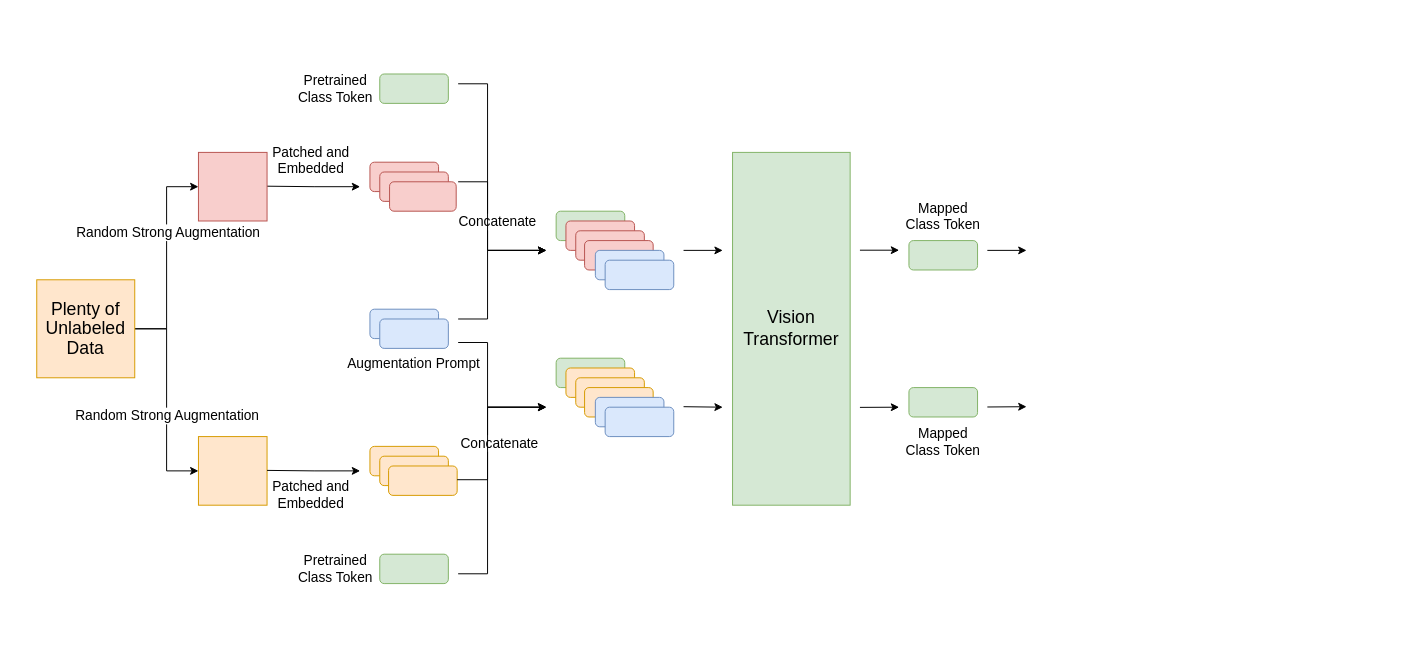
Above: prompt-match.drawio in ganchi-huanggua/Semi-supervised-learning (draw.io), before the change. Source tidied: cells renumbered, new cells numbered last; positions are measured from the earlier drawing's top-left corner, leaving out a move shared by most shapes. Both pictures are drawn from the tidied source at 98%, with x=0, y=0 at pixel (36, 74). Pictures stored in the file or linked from it are replaced by grey dashed boxes.
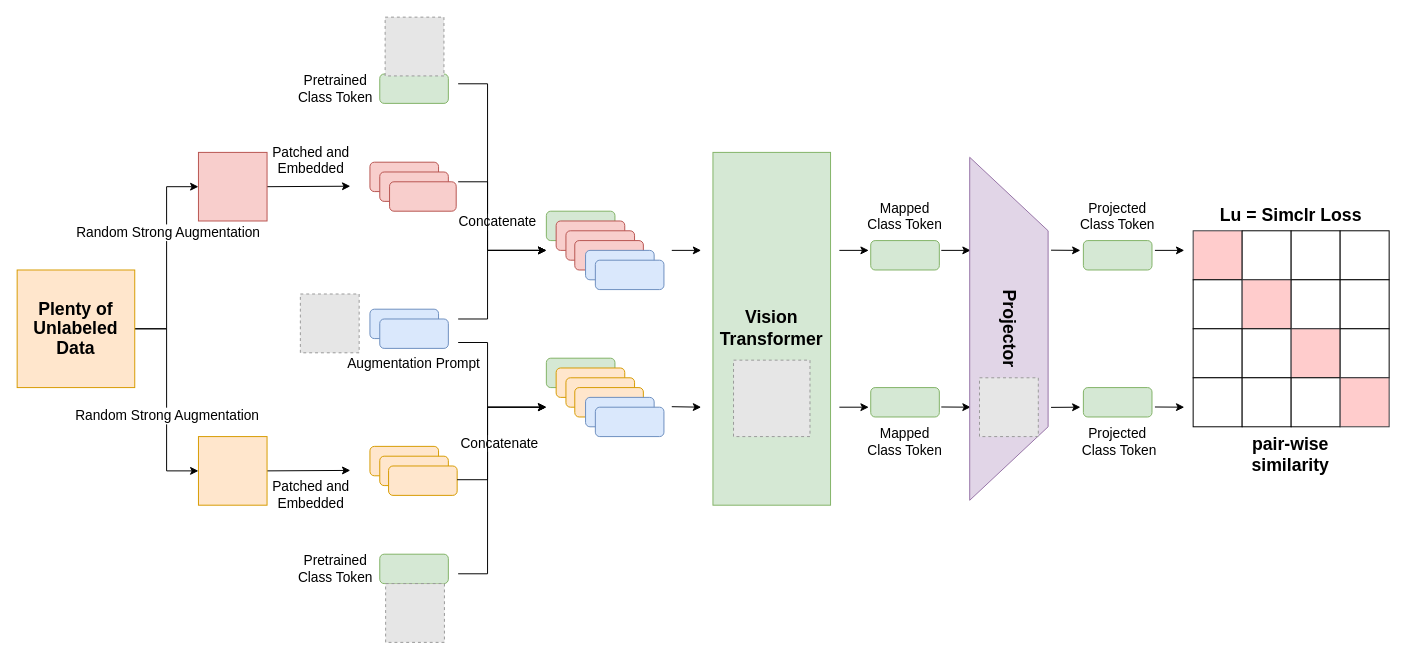
The same page after the edit.

Unchanged cells that the change refers to:
```xml
<mxCell id="9" style="whiteSpace=wrap;html=1;fillColor=#ffe6cc;strokeColor=#d79b00;flipV=0;" parent="1" vertex="1">
  <mxGeometry x="165" y="370" width="70" height="70" as="geometry" />
</mxCell>
<mxCell id="11" style="whiteSpace=wrap;html=1;fillColor=#f8cecc;strokeColor=#b85450;flipV=0;" parent="1" vertex="1">
  <mxGeometry x="165" y="80" width="70" height="70" as="geometry" />
</mxCell>
```

The edit, as a diff of the source:
```diff
@@
-    <mxCell id="3" value="&lt;font style=&quot;font-size: 18px;&quot;&gt;Vision Transformer&lt;/font&gt;" style="rounded=0;whiteSpace=wrap;html=1;fillColor=#d5e8d4;strokeColor=#82b366;" parent="1" vertex="1">
-      <mxGeometry x="710" y="80" width="120" height="360" as="geometry" />
+    <mxCell id="3" value="&lt;font style=&quot;font-size: 18px;&quot;&gt;&lt;b&gt;Vision Transformer&lt;/b&gt;&lt;/font&gt;" style="rounded=0;whiteSpace=wrap;html=1;fillColor=#d5e8d4;strokeColor=#82b366;" parent="1" vertex="1">
+      <mxGeometry x="690" y="80" width="120" height="360" as="geometry" />
     </mxCell>
@@
-    <mxCell id="8" value="&lt;p style=&quot;line-height: 150%;&quot;&gt;&lt;font style=&quot;font-size: 18px;&quot;&gt;Plenty of Unlabeled Data&lt;/font&gt;&lt;/p&gt;" style="whiteSpace=wrap;html=1;fillColor=#ffe6cc;strokeColor=#d79b00;flipV=0;" parent="1" vertex="1">
-      <mxGeometry y="210" width="100" height="100" as="geometry" />
+    <mxCell id="8" value="&lt;p style=&quot;line-height: 150%;&quot;&gt;&lt;font style=&quot;font-size: 18px;&quot;&gt;&lt;b&gt;Plenty of Unlabeled Data&lt;/b&gt;&lt;/font&gt;&lt;/p&gt;" style="whiteSpace=wrap;html=1;fillColor=#ffe6cc;strokeColor=#d79b00;flipV=0;" parent="1" vertex="1">
+      <mxGeometry x="-20" y="200" width="120" height="120" as="geometry" />
     </mxCell>
+    <mxCell id="67" style="edgeStyle=orthogonalEdgeStyle;rounded=0;jettySize=auto;html=1;exitX=1;exitY=0.5;exitDx=0;exitDy=0;" parent="1" edge="1" source="9">
+      <mxGeometry relative="1" as="geometry">
+        <mxPoint x="320" y="404.5" as="targetPoint" />
+      </mxGeometry>
+    </mxCell>
@@
-    <mxCell id="10" style="edgeStyle=orthogonalEdgeStyle;rounded=0;orthogonalLoop=1;jettySize=auto;html=1;exitX=1;exitY=0.5;exitDx=0;exitDy=0;" parent="1" edge="1">
-      <mxGeometry relative="1" as="geometry">
-        <mxPoint x="235" y="114.5" as="sourcePoint" />
-        <mxPoint x="330" y="115" as="targetPoint" />
-      </mxGeometry>
-    </mxCell>
+    <mxCell id="68" style="edgeStyle=orthogonalEdgeStyle;rounded=0;jettySize=auto;html=1;exitX=1;exitY=0.5;exitDx=0;exitDy=0;" parent="1" edge="1" source="11">
+      <mxGeometry relative="1" as="geometry">
+        <mxPoint x="320" y="114.5" as="targetPoint" />
+      </mxGeometry>
+    </mxCell>
@@
-    <mxCell id="13" style="edgeStyle=orthogonalEdgeStyle;rounded=0;orthogonalLoop=1;jettySize=auto;html=1;exitX=1;exitY=0.5;exitDx=0;exitDy=0;" parent="1" edge="1">
-      <mxGeometry relative="1" as="geometry">
-        <mxPoint x="235" y="404.5" as="sourcePoint" />
-        <mxPoint x="330" y="405" as="targetPoint" />
-      </mxGeometry>
-    </mxCell>
@@
     <mxCell id="27" style="group;" parent="1" vertex="1">
-      <mxGeometry x="540" y="300" width="120" height="80" as="geometry" />
+      <mxGeometry x="530" y="300" width="120" height="80" as="geometry" />
     </mxCell>
@@
     <mxCell id="42" style="group;" parent="1" vertex="1">
-      <mxGeometry x="540" y="150" width="120" height="80" as="geometry" />
+      <mxGeometry x="530" y="150" width="120" height="80" as="geometry" />
     </mxCell>
@@
     <mxCell id="51" style="endArrow=classic;html=1;rounded=0;" parent="1" edge="1">
       <mxGeometry relative="1" as="geometry">
-        <mxPoint x="660" y="180" as="sourcePoint" />
-        <mxPoint x="700" y="180" as="targetPoint" />
+        <mxPoint x="648" y="180" as="sourcePoint" />
+        <mxPoint x="678" y="180" as="targetPoint" />
       </mxGeometry>
     </mxCell>
     <mxCell id="52" style="endArrow=classic;html=1;rounded=0;" parent="1" edge="1">
       <mxGeometry relative="1" as="geometry">
-        <mxPoint x="660" y="339.5" as="sourcePoint" />
-        <mxPoint x="700" y="340" as="targetPoint" />
+        <mxPoint x="648" y="339.5" as="sourcePoint" />
+        <mxPoint x="678" y="340" as="targetPoint" />
       </mxGeometry>
     </mxCell>
@@
     <mxCell id="59" style="endArrow=classic;html=1;rounded=0;" parent="1" edge="1">
       <mxGeometry relative="1" as="geometry">
-        <mxPoint x="840" y="179.8" as="sourcePoint" />
-        <mxPoint x="880" y="179.8" as="targetPoint" />
+        <mxPoint x="819" y="180" as="sourcePoint" />
+        <mxPoint x="849" y="180" as="targetPoint" />
       </mxGeometry>
     </mxCell>
     <mxCell id="60" style="endArrow=classic;html=1;rounded=0;" parent="1" edge="1">
       <mxGeometry relative="1" as="geometry">
-        <mxPoint x="840" y="340.2" as="sourcePoint" />
-        <mxPoint x="880" y="340" as="targetPoint" />
+        <mxPoint x="819" y="340" as="sourcePoint" />
+        <mxPoint x="849" y="340" as="targetPoint" />
       </mxGeometry>
     </mxCell>
     <mxCell id="61" style="rounded=1;whiteSpace=wrap;html=1;fillColor=#d5e8d4;strokeColor=#82b366;" parent="1" vertex="1">
-      <mxGeometry x="890" y="170" width="70" height="30" as="geometry" />
+      <mxGeometry x="851" y="170" width="70" height="30" as="geometry" />
     </mxCell>
     <mxCell id="62" style="rounded=1;whiteSpace=wrap;html=1;fillColor=#d5e8d4;strokeColor=#82b366;" parent="1" vertex="1">
-      <mxGeometry x="890" y="320" width="70" height="30" as="geometry" />
+      <mxGeometry x="851" y="320" width="70" height="30" as="geometry" />
     </mxCell>
     <mxCell id="63" value="&lt;font style=&quot;font-size: 14px;&quot;&gt;Mapped Class Token&lt;/font&gt;" style="text;html=1;align=center;verticalAlign=middle;whiteSpace=wrap;rounded=0;" parent="1" vertex="1">
-      <mxGeometry x="880" y="130" width="90" height="30" as="geometry" />
+      <mxGeometry x="841" y="130" width="90" height="30" as="geometry" />
     </mxCell>
     <mxCell id="64" value="&lt;font style=&quot;font-size: 14px;&quot;&gt;Mapped Class Token&lt;/font&gt;" style="text;html=1;align=center;verticalAlign=middle;whiteSpace=wrap;rounded=0;" parent="1" vertex="1">
-      <mxGeometry x="880" y="360" width="90" height="30" as="geometry" />
+      <mxGeometry x="841" y="360" width="90" height="30" as="geometry" />
     </mxCell>
     <mxCell id="65" style="endArrow=classic;html=1;rounded=0;" parent="1" edge="1">
       <mxGeometry relative="1" as="geometry">
-        <mxPoint x="970" y="180" as="sourcePoint" />
-        <mxPoint x="1010" y="180" as="targetPoint" />
+        <mxPoint x="923" y="180" as="sourcePoint" />
+        <mxPoint x="953" y="180" as="targetPoint" />
       </mxGeometry>
     </mxCell>
     <mxCell id="66" style="endArrow=classic;html=1;rounded=0;" parent="1" edge="1">
       <mxGeometry relative="1" as="geometry">
-        <mxPoint x="970" y="339.8" as="sourcePoint" />
-        <mxPoint x="1010" y="339.5" as="targetPoint" />
+        <mxPoint x="923" y="339.8" as="sourcePoint" />
+        <mxPoint x="953" y="340" as="targetPoint" />
       </mxGeometry>
     </mxCell>
+    <mxCell id="69" value="&lt;font size=&quot;1&quot; style=&quot;&quot;&gt;&lt;b style=&quot;font-size: 18px;&quot;&gt;Projector&lt;/b&gt;&lt;/font&gt;" style="shape=trapezoid;perimeter=trapezoidPerimeter;whiteSpace=wrap;html=1;fixedSize=1;rotation=90;size=75;fillColor=#e1d5e7;strokeColor=#9673a6;" parent="1" vertex="1">
+      <mxGeometry x="817" y="220" width="350" height="80" as="geometry" />
+    </mxCell>
+    <mxCell id="70" style="endArrow=classic;html=1;rounded=0;" parent="1" edge="1">
+      <mxGeometry relative="1" as="geometry">
+        <mxPoint x="1035" y="179.8" as="sourcePoint" />
+        <mxPoint x="1065" y="180" as="targetPoint" />
+      </mxGeometry>
+    </mxCell>
+    <mxCell id="71" style="endArrow=classic;html=1;rounded=0;" parent="1" edge="1">
+      <mxGeometry relative="1" as="geometry">
+        <mxPoint x="1035" y="340.2" as="sourcePoint" />
+        <mxPoint x="1065" y="340" as="targetPoint" />
+      </mxGeometry>
+    </mxCell>
+    <mxCell id="72" style="rounded=1;whiteSpace=wrap;html=1;fillColor=#d5e8d4;strokeColor=#82b366;" parent="1" vertex="1">
+      <mxGeometry x="1068" y="170" width="70" height="30" as="geometry" />
+    </mxCell>
+    <mxCell id="73" style="rounded=1;whiteSpace=wrap;html=1;fillColor=#d5e8d4;strokeColor=#82b366;" parent="1" vertex="1">
+      <mxGeometry x="1068" y="320" width="70" height="30" as="geometry" />
+    </mxCell>
+    <mxCell id="74" value="&lt;font style=&quot;font-size: 14px;&quot;&gt;Projected Class Token&lt;/font&gt;" style="text;html=1;align=center;verticalAlign=middle;whiteSpace=wrap;rounded=0;" parent="1" vertex="1">
+      <mxGeometry x="1058" y="130" width="90" height="30" as="geometry" />
+    </mxCell>
+    <mxCell id="75" value="&lt;div style=&quot;text-align: center;&quot;&gt;&lt;span style=&quot;background-color: initial; text-align: start; font-size: 14px;&quot;&gt;Projected&lt;/span&gt;&lt;/div&gt;&lt;div style=&quot;text-align: center;&quot;&gt;&lt;span style=&quot;font-size: 14px; background-color: initial;&quot;&gt;&amp;nbsp;Class Token&lt;/span&gt;&lt;/div&gt;" style="text;html=1;align=center;verticalAlign=middle;whiteSpace=wrap;rounded=0;" parent="1" vertex="1">
+      <mxGeometry x="1058" y="360" width="90" height="30" as="geometry" />
+    </mxCell>
+    <mxCell id="76" style="endArrow=classic;html=1;rounded=0;" parent="1" edge="1">
+      <mxGeometry relative="1" as="geometry">
+        <mxPoint x="1141" y="180" as="sourcePoint" />
+        <mxPoint x="1171" y="180" as="targetPoint" />
+      </mxGeometry>
+    </mxCell>
+    <mxCell id="77" style="endArrow=classic;html=1;rounded=0;" parent="1" edge="1">
+      <mxGeometry relative="1" as="geometry">
+        <mxPoint x="1141" y="339.8" as="sourcePoint" />
+        <mxPoint x="1171" y="340" as="targetPoint" />
+      </mxGeometry>
+    </mxCell>
+    <mxCell id="78" style="whiteSpace=wrap;html=1;fillColor=#ffcccc;strokeColor=#36393d;" parent="1" vertex="1">
+      <mxGeometry x="1180" y="160" width="50" height="50" as="geometry" />
+    </mxCell>
+    <mxCell id="79" style="whiteSpace=wrap;html=1;" parent="1" vertex="1">
+      <mxGeometry x="1230" y="160" width="50" height="50" as="geometry" />
+    </mxCell>
+    <mxCell id="80" style="whiteSpace=wrap;html=1;" parent="1" vertex="1">
+      <mxGeometry x="1280" y="160" width="50" height="50" as="geometry" />
+    </mxCell>
+    <mxCell id="81" style="whiteSpace=wrap;html=1;" parent="1" vertex="1">
+      <mxGeometry x="1330" y="160" width="50" height="50" as="geometry" />
+    </mxCell>
+    <mxCell id="82" style="whiteSpace=wrap;html=1;" parent="1" vertex="1">
+      <mxGeometry x="1180" y="210" width="50" height="50" as="geometry" />
+    </mxCell>
+    <mxCell id="83" style="whiteSpace=wrap;html=1;fillColor=#ffcccc;strokeColor=#36393d;" parent="1" vertex="1">
+      <mxGeometry x="1230" y="210" width="50" height="50" as="geometry" />
+    </mxCell>
+    <mxCell id="84" style="whiteSpace=wrap;html=1;" parent="1" vertex="1">
+      <mxGeometry x="1280" y="210" width="50" height="50" as="geometry" />
+    </mxCell>
+    <mxCell id="85" style="whiteSpace=wrap;html=1;" parent="1" vertex="1">
+      <mxGeometry x="1330" y="210" width="50" height="50" as="geometry" />
+    </mxCell>
+    <mxCell id="86" style="whiteSpace=wrap;html=1;" parent="1" vertex="1">
+      <mxGeometry x="1180" y="260" width="50" height="50" as="geometry" />
+    </mxCell>
+    <mxCell id="87" style="whiteSpace=wrap;html=1;" parent="1" vertex="1">
+      <mxGeometry x="1230" y="260" width="50" height="50" as="geometry" />
+    </mxCell>
+    <mxCell id="88" style="whiteSpace=wrap;html=1;fillColor=#ffcccc;strokeColor=#36393d;" parent="1" vertex="1">
+      <mxGeometry x="1280" y="260" width="50" height="50" as="geometry" />
+    </mxCell>
+    <mxCell id="89" style="whiteSpace=wrap;html=1;" parent="1" vertex="1">
+      <mxGeometry x="1330" y="260" width="50" height="50" as="geometry" />
+    </mxCell>
+    <mxCell id="90" style="whiteSpace=wrap;html=1;" parent="1" vertex="1">
+      <mxGeometry x="1180" y="310" width="50" height="50" as="geometry" />
+    </mxCell>
+    <mxCell id="91" style="whiteSpace=wrap;html=1;" parent="1" vertex="1">
+      <mxGeometry x="1230" y="310" width="50" height="50" as="geometry" />
+    </mxCell>
+    <mxCell id="92" style="whiteSpace=wrap;html=1;" parent="1" vertex="1">
+      <mxGeometry x="1280" y="310" width="50" height="50" as="geometry" />
+    </mxCell>
+    <mxCell id="93" style="whiteSpace=wrap;html=1;fillColor=#ffcccc;strokeColor=#36393d;" parent="1" vertex="1">
+      <mxGeometry x="1330" y="310" width="50" height="50" as="geometry" />
+    </mxCell>
+    <mxCell id="94" value="&lt;font style=&quot;font-size: 18px;&quot;&gt;&lt;b&gt;pair-wise similarity&lt;/b&gt;&lt;/font&gt;" style="text;html=1;align=center;verticalAlign=middle;whiteSpace=wrap;rounded=0;" parent="1" vertex="1">
+      <mxGeometry x="1220" y="364" width="119" height="50" as="geometry" />
+    </mxCell>
+    <mxCell id="95" value="&lt;font style=&quot;font-size: 18px;&quot;&gt;&lt;b&gt;Lu = Simclr Loss&lt;/b&gt;&lt;/font&gt;" style="text;html=1;align=center;verticalAlign=middle;whiteSpace=wrap;rounded=0;" parent="1" vertex="1">
+      <mxGeometry x="1199.5" y="120" width="160" height="50" as="geometry" />
+    </mxCell>
+    <mxCell id="96" style="fillColor=#E6E6E6;strokeColor=#999999;dashed=1;verticalLabelPosition=bottom;labelBackgroundColor=default;verticalAlign=top;" parent="1" vertex="1">
+      <mxGeometry x="962" y="310" width="60" height="60" as="geometry" />
+    </mxCell>
+    <mxCell id="97" style="fillColor=#E6E6E6;strokeColor=#999999;dashed=1;verticalLabelPosition=bottom;labelBackgroundColor=default;verticalAlign=top;" parent="1" vertex="1">
+      <mxGeometry x="269" y="224.5" width="60" height="60" as="geometry" />
+    </mxCell>
+    <mxCell id="98" style="fillColor=#E6E6E6;strokeColor=#999999;dashed=1;verticalLabelPosition=bottom;labelBackgroundColor=default;verticalAlign=top;" parent="1" vertex="1">
+      <mxGeometry x="356" y="520" width="60" height="60" as="geometry" />
+    </mxCell>
+    <mxCell id="99" style="fillColor=#E6E6E6;strokeColor=#999999;dashed=1;verticalLabelPosition=bottom;labelBackgroundColor=default;verticalAlign=top;" parent="1" vertex="1">
+      <mxGeometry x="355.5" y="-58" width="60" height="60" as="geometry" />
+    </mxCell>
+    <mxCell id="100" style="fillColor=#E6E6E6;strokeColor=#999999;dashed=1;verticalLabelPosition=bottom;labelBackgroundColor=default;verticalAlign=top;" parent="1" vertex="1">
+      <mxGeometry x="711" y="292" width="78" height="78" as="geometry" />
+    </mxCell>
```
